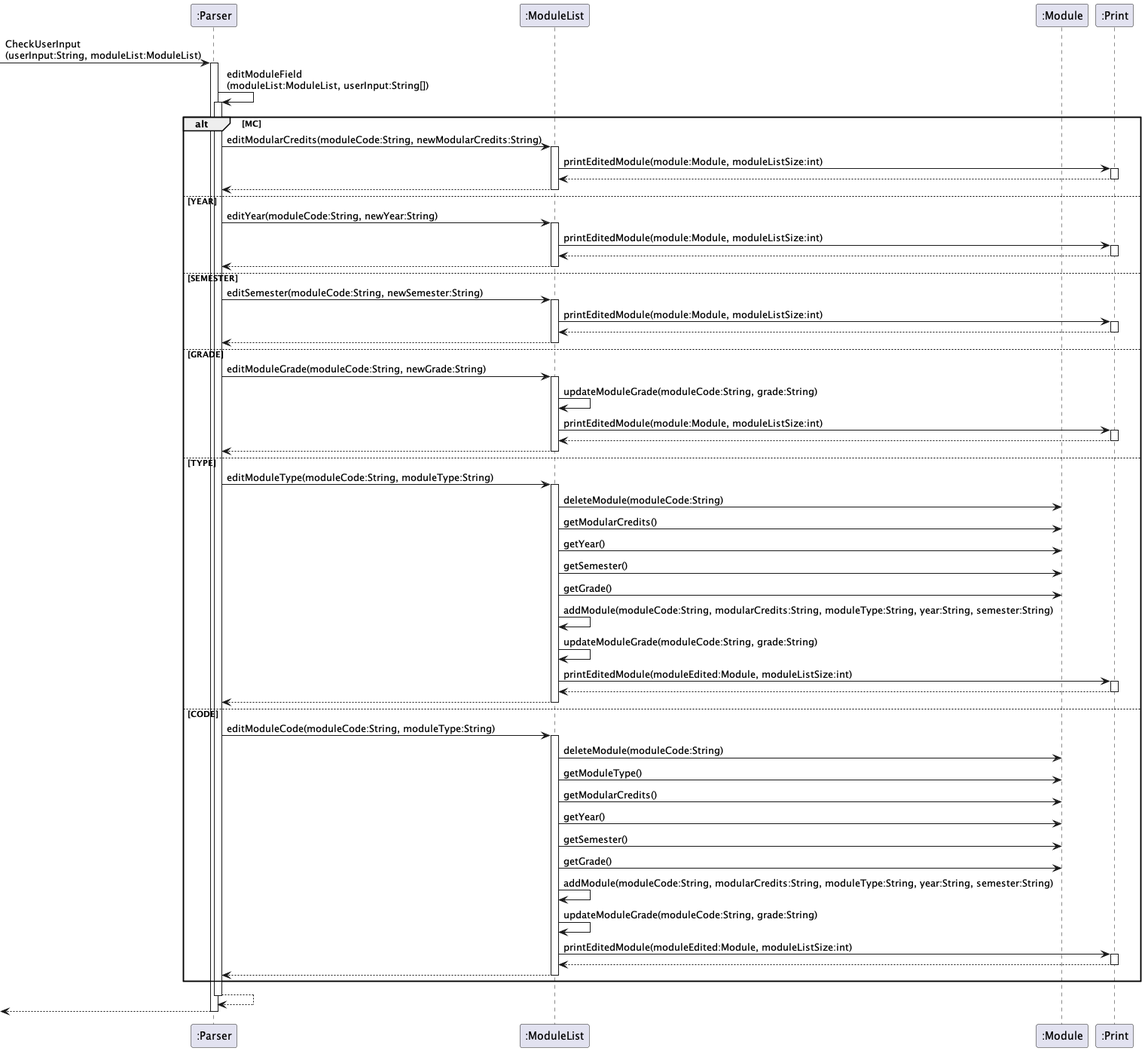
Before: docs/diagrams/EditCommand.png, a diagram exported from PlantUML (saintzaw/tp).
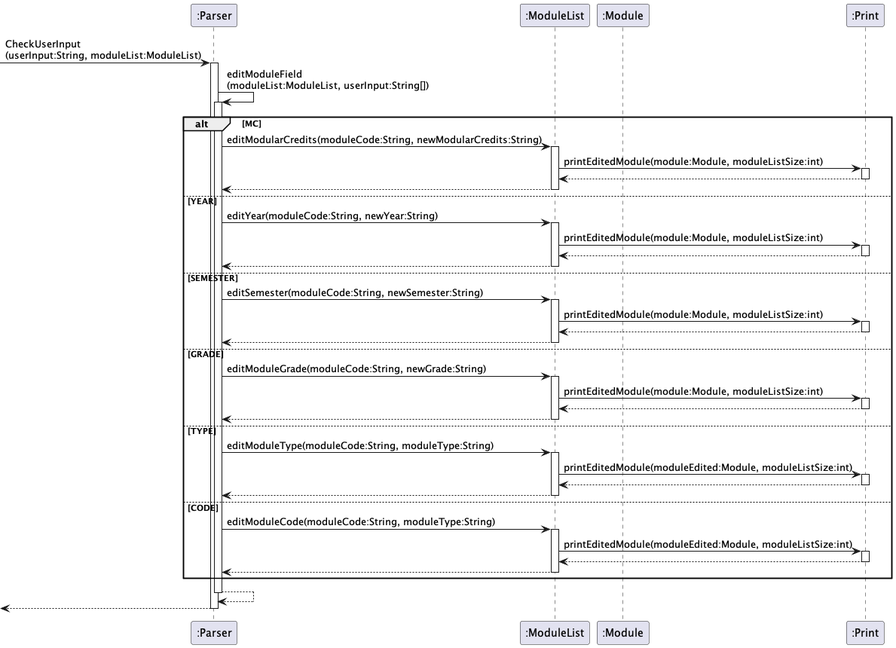
The same file after the commit.

Commit message:
Clean up edit command sequence diagram

What changed in the source:
```diff
@@ -40,8 +40,6 @@
 else GRADE
     Parser -> ML : editModuleGrade(moduleCode:String, newGrade:String)
     activate ML
-    ML -> ML: updateModuleGrade(moduleCode:String, grade:String)
-
     ML -> Print : printEditedModule(module:Module, moduleListSize:int)
     activate Print
     Print --> ML
@@ -51,16 +49,6 @@
 else TYPE
     Parser -> ML : editModuleType(moduleCode:String, moduleType:String)
     activate ML
-        ML -> Mod: deleteModule(moduleCode:String)
-        ML -> Mod: getModularCredits()
-        ML -> Mod: getYear()
-        ML -> Mod: getSemester()
-        ML -> Mod: getGrade()
-
-        ML -> ML: addModule(moduleCode:String, modularCredits:String, moduleType:String, year:String, semester:String)
-
-        ML -> ML: updateModuleGrade(moduleCode:String, grade:String)
-
         ML -> Print : printEditedModule(moduleEdited:Module, moduleListSize:int)
         activate Print
         Print --> ML
@@ -70,17 +58,6 @@
 else CODE
     Parser -> ML : editModuleCode(moduleCode:String, moduleType:String)
     activate ML
-        ML -> Mod: deleteModule(moduleCode:String)
-        ML -> Mod: getModuleType()
-        ML -> Mod: getModularCredits()
-        ML -> Mod: getYear()
-        ML -> Mod: getSemester()
-        ML -> Mod: getGrade()
-
-        ML -> ML: addModule(moduleCode:String, modularCredits:String, moduleType:String, year:String, semester:String)
-
-        ML -> ML: updateModuleGrade(moduleCode:String, grade:String)
-
         ML -> Print : printEditedModule(moduleEdited:Module, moduleListSize:int)
         activate Print
         Print --> ML
```
